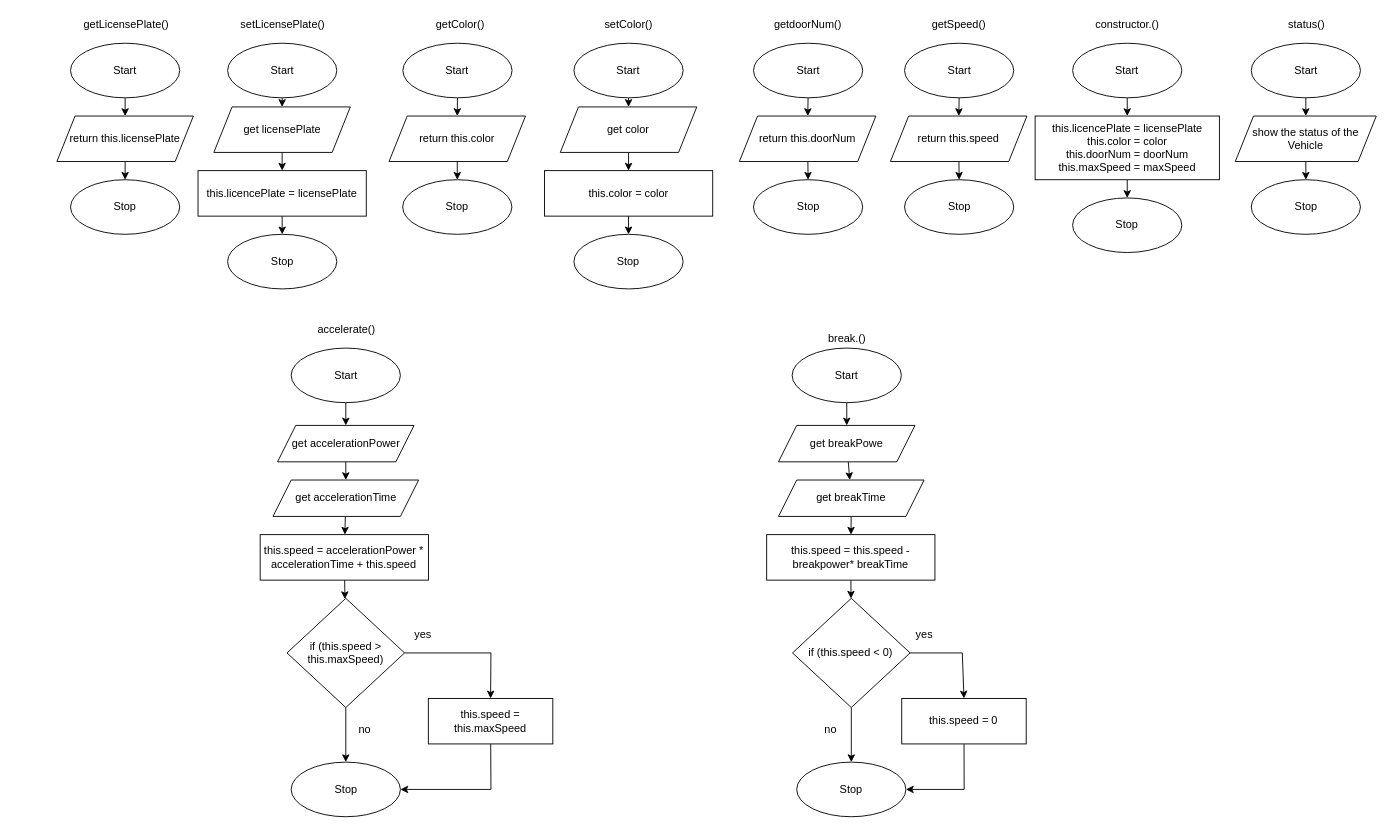
The draw.io diagram Drawio/Flowchart1.drawio in JacksonNaufal/ics4u-unit2-06-typescript, before the edit. Source tidied: cells renumbered, new cells numbered last; positions are measured from the earlier drawing's top-left corner, leaving out a move shared by most shapes. Both pictures are drawn from the tidied source at 91%, with x=0, y=0 at pixel (56, 15).
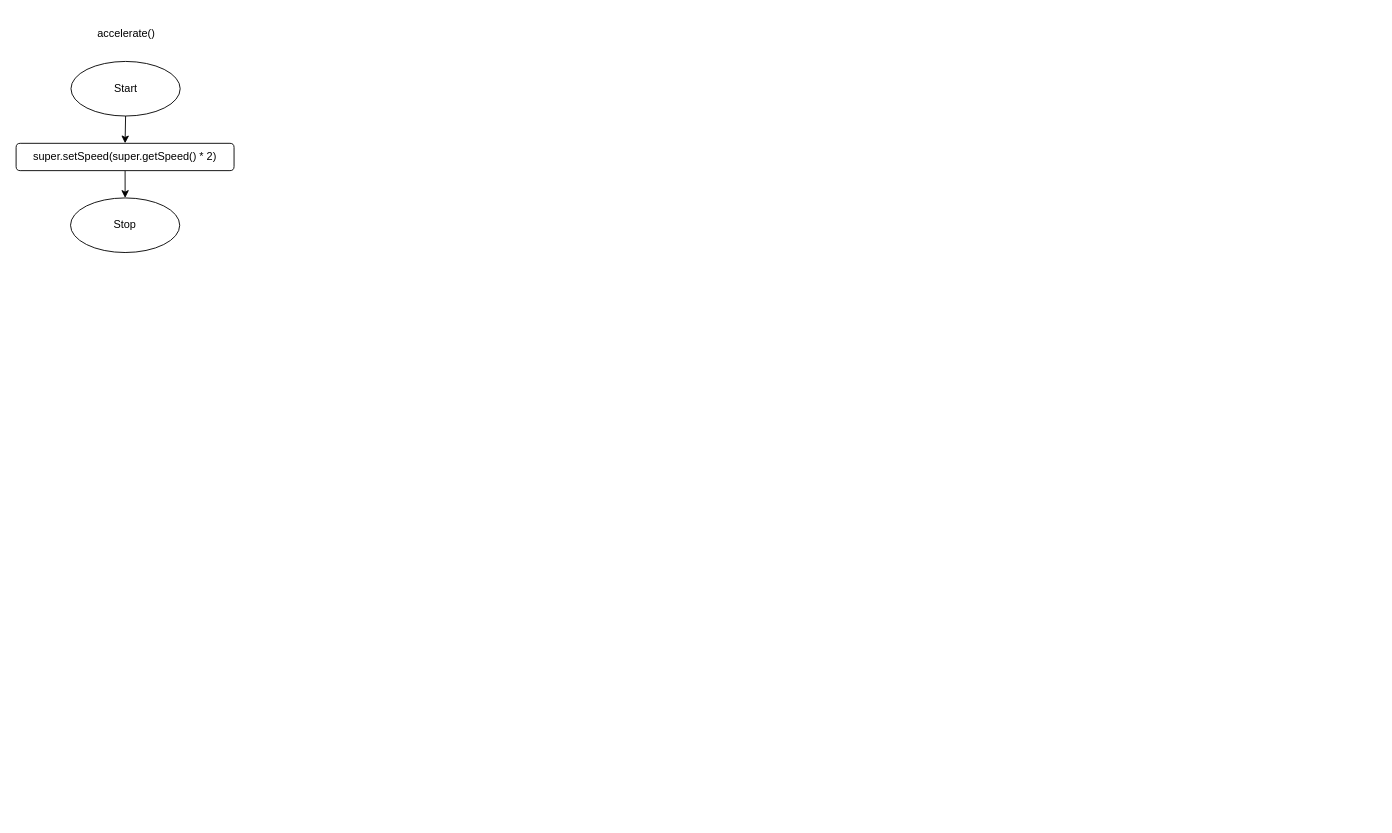
Above is the later version.

The edit, as a diff of the source:
```diff
@@
-    <mxCell id="2" style="edgeStyle=none;html=1;entryX=0.5;entryY=0;entryDx=0;entryDy=0;" parent="1" edge="1" source="3" target="5">
-      <mxGeometry relative="1" as="geometry" />
-    </mxCell>
+    <mxCell id="90" style="edgeStyle=none;html=1;entryX=0.5;entryY=0;entryDx=0;entryDy=0;" parent="1" edge="1" source="3" target="92">
+      <mxGeometry relative="1" as="geometry" />
+    </mxCell>
     <mxCell id="3" value="Start" style="ellipse;whiteSpace=wrap;html=1;" parent="1" vertex="1">
-      <mxGeometry x="15" y="30" width="120" height="60" as="geometry" />
+      <mxGeometry x="15.5" y="50" width="120" height="60" as="geometry" />
     </mxCell>
-    <mxCell id="4" style="edgeStyle=none;html=1;" parent="1" edge="1" source="5" target="6">
-      <mxGeometry relative="1" as="geometry" />
-    </mxCell>
-    <mxCell id="5" value="return this.licensePlate" style="shape=parallelogram;perimeter=parallelogramPerimeter;whiteSpace=wrap;html=1;fixedSize=1;" parent="1" vertex="1">
-      <mxGeometry y="110" width="150" height="50" as="geometry" />
-    </mxCell>
     <mxCell id="6" value="Stop" style="ellipse;whiteSpace=wrap;html=1;" parent="1" vertex="1">
-      <mxGeometry x="15" y="180" width="120" height="60" as="geometry" />
+      <mxGeometry x="15" y="200" width="120" height="60" as="geometry" />
     </mxCell>
-    <mxCell id="7" value="getLicensePlate()" style="text;html=1;align=center;verticalAlign=middle;strokeColor=none;fillColor=none;" parent="1" vertex="1">
-      <mxGeometry x="20.5" width="110" height="20" as="geometry" />
+    <mxCell id="7" value="accelerate()" style="text;html=1;align=center;verticalAlign=middle;strokeColor=none;fillColor=none;" parent="1" vertex="1">
+      <mxGeometry x="35.5" y="10" width="80" height="20" as="geometry" />
     </mxCell>
-    <mxCell id="8" style="edgeStyle=none;html=1;entryX=0.5;entryY=0;entryDx=0;entryDy=0;" parent="1" edge="1" source="9" target="58">
-      <mxGeometry relative="1" as="geometry" />
-    </mxCell>
-    <mxCell id="9" value="Start" style="ellipse;whiteSpace=wrap;html=1;" parent="1" vertex="1">
-      <mxGeometry x="187.6" y="30" width="120" height="60" as="geometry" />
-    </mxCell>
-    <mxCell id="10" value="setLicensePlate()" style="text;html=1;align=center;verticalAlign=middle;strokeColor=none;fillColor=none;" parent="1" vertex="1">
-      <mxGeometry x="192.5" width="110" height="20" as="geometry" />
-    </mxCell>
-    <mxCell id="11" style="edgeStyle=none;html=1;" parent="1" edge="1" source="12" target="54">
-      <mxGeometry relative="1" as="geometry" />
-    </mxCell>
-    <mxCell id="12" value="Start" style="ellipse;whiteSpace=wrap;html=1;" parent="1" vertex="1">
-      <mxGeometry x="765.5" y="30" width="120" height="60" as="geometry" />
-    </mxCell>
-    <mxCell id="13" style="edgeStyle=none;html=1;exitX=0.5;exitY=0;exitDx=0;exitDy=0;" parent="1" edge="1" source="14">
-      <mxGeometry relative="1" as="geometry">
-        <mxPoint x="825" y="190" as="targetPoint" />
-      </mxGeometry>
-    </mxCell>
-    <mxCell id="14" value="Stop" style="ellipse;whiteSpace=wrap;html=1;" parent="1" vertex="1">
-      <mxGeometry x="765.5" y="180" width="120" height="60" as="geometry" />
-    </mxCell>
-    <mxCell id="15" value="getdoorNum()" style="text;html=1;align=center;verticalAlign=middle;strokeColor=none;fillColor=none;" parent="1" vertex="1">
-      <mxGeometry x="780" width="90" height="20" as="geometry" />
-    </mxCell>
-    <mxCell id="16" style="edgeStyle=none;html=1;entryX=0.5;entryY=0;entryDx=0;entryDy=0;" parent="1" edge="1" source="17" target="45">
-      <mxGeometry relative="1" as="geometry" />
-    </mxCell>
-    <mxCell id="17" value="Start" style="ellipse;whiteSpace=wrap;html=1;" parent="1" vertex="1">
-      <mxGeometry x="380.2" y="30" width="120" height="60" as="geometry" />
-    </mxCell>
-    <mxCell id="18" value="getColor()" style="text;html=1;align=center;verticalAlign=middle;strokeColor=none;fillColor=none;" parent="1" vertex="1">
-      <mxGeometry x="408.2" width="70" height="20" as="geometry" />
-    </mxCell>
-    <mxCell id="19" style="edgeStyle=none;html=1;" parent="1" edge="1" source="20" target="22">
-      <mxGeometry relative="1" as="geometry" />
-    </mxCell>
-    <mxCell id="20" value="Start" style="ellipse;whiteSpace=wrap;html=1;" parent="1" vertex="1">
-      <mxGeometry x="1312.5" y="30" width="120" height="60" as="geometry" />
-    </mxCell>
-    <mxCell id="21" style="edgeStyle=none;html=1;" parent="1" edge="1" source="22" target="23">
-      <mxGeometry relative="1" as="geometry" />
-    </mxCell>
-    <mxCell id="22" value="show the status of the Vehicle" style="shape=parallelogram;perimeter=parallelogramPerimeter;whiteSpace=wrap;html=1;fixedSize=1;" parent="1" vertex="1">
-      <mxGeometry x="1295" y="110" width="154.9" height="50" as="geometry" />
-    </mxCell>
-    <mxCell id="23" value="Stop" style="ellipse;whiteSpace=wrap;html=1;" parent="1" vertex="1">
-      <mxGeometry x="1312.5" y="180" width="120" height="60" as="geometry" />
-    </mxCell>
-    <mxCell id="24" value="status()" style="text;html=1;align=center;verticalAlign=middle;strokeColor=none;fillColor=none;" parent="1" vertex="1">
-      <mxGeometry x="1342.5" width="60" height="20" as="geometry" />
-    </mxCell>
-    <mxCell id="25" style="edgeStyle=none;html=1;" parent="1" edge="1" source="26" target="28">
-      <mxGeometry relative="1" as="geometry" />
-    </mxCell>
-    <mxCell id="26" value="Start" style="ellipse;whiteSpace=wrap;html=1;" parent="1" vertex="1">
-      <mxGeometry x="257.5" y="365" width="120" height="60" as="geometry" />
-    </mxCell>
-    <mxCell id="27" style="edgeStyle=none;html=1;" parent="1" edge="1" source="28" target="67">
-      <mxGeometry relative="1" as="geometry" />
-    </mxCell>
-    <mxCell id="28" value="get accelerationPower" style="shape=parallelogram;perimeter=parallelogramPerimeter;whiteSpace=wrap;html=1;fixedSize=1;" parent="1" vertex="1">
-      <mxGeometry x="242.5" y="450" width="150" height="40" as="geometry" />
-    </mxCell>
-    <mxCell id="29" value="Stop" style="ellipse;whiteSpace=wrap;html=1;" parent="1" vertex="1">
-      <mxGeometry x="257.5" y="820" width="120" height="60" as="geometry" />
-    </mxCell>
-    <mxCell id="30" value="accelerate()" style="text;html=1;align=center;verticalAlign=middle;strokeColor=none;fillColor=none;" parent="1" vertex="1">
-      <mxGeometry x="277.5" y="335" width="80" height="20" as="geometry" />
-    </mxCell>
-    <mxCell id="31" style="edgeStyle=none;html=1;" parent="1" edge="1" source="32" target="71">
-      <mxGeometry relative="1" as="geometry" />
-    </mxCell>
-    <mxCell id="32" value="Start" style="ellipse;whiteSpace=wrap;html=1;" parent="1" vertex="1">
-      <mxGeometry x="808" y="365" width="120" height="60" as="geometry" />
-    </mxCell>
-    <mxCell id="33" value="Stop" style="ellipse;whiteSpace=wrap;html=1;" parent="1" vertex="1">
-      <mxGeometry x="813" y="820" width="120" height="60" as="geometry" />
-    </mxCell>
-    <mxCell id="34" value="break.()" style="text;html=1;align=center;verticalAlign=middle;strokeColor=none;fillColor=none;" parent="1" vertex="1">
-      <mxGeometry x="838" y="345" width="60" height="20" as="geometry" />
-    </mxCell>
-    <mxCell id="35" style="edgeStyle=none;html=1;" parent="1" edge="1" source="36" target="40">
-      <mxGeometry relative="1" as="geometry" />
-    </mxCell>
-    <mxCell id="36" value="Start" style="ellipse;whiteSpace=wrap;html=1;" parent="1" vertex="1">
-      <mxGeometry x="1116.2" y="30" width="120" height="60" as="geometry" />
-    </mxCell>
-    <mxCell id="37" value="Stop" style="ellipse;whiteSpace=wrap;html=1;" parent="1" vertex="1">
-      <mxGeometry x="1116.2" y="200" width="120" height="60" as="geometry" />
-    </mxCell>
-    <mxCell id="38" value="constructor.()" style="text;html=1;align=center;verticalAlign=middle;strokeColor=none;fillColor=none;" parent="1" vertex="1">
-      <mxGeometry x="1131.2" width="90" height="20" as="geometry" />
-    </mxCell>
-    <mxCell id="39" style="edgeStyle=none;html=1;" parent="1" edge="1" source="40" target="37">
-      <mxGeometry relative="1" as="geometry" />
-    </mxCell>
-    <mxCell id="40" value="this.licencePlate = licensePlate&lt;br&gt;this.color = color&lt;br&gt;this.doorNum = doorNum&lt;br&gt;this.maxSpeed = maxSpeed" style="whiteSpace=wrap;html=1;" parent="1" vertex="1">
-      <mxGeometry x="1075" y="110" width="202.5" height="70" as="geometry" />
-    </mxCell>
-    <mxCell id="41" style="edgeStyle=none;html=1;entryX=0.5;entryY=0;entryDx=0;entryDy=0;" parent="1" edge="1" source="42" target="43">
-      <mxGeometry relative="1" as="geometry" />
-    </mxCell>
-    <mxCell id="42" value="this.licencePlate = licensePlate" style="whiteSpace=wrap;html=1;" parent="1" vertex="1">
-      <mxGeometry x="155.1" y="170" width="184.9" height="50" as="geometry" />
-    </mxCell>
-    <mxCell id="43" value="Stop" style="ellipse;whiteSpace=wrap;html=1;" parent="1" vertex="1">
-      <mxGeometry x="187.6" y="240" width="120" height="60" as="geometry" />
-    </mxCell>
-    <mxCell id="44" style="edgeStyle=none;html=1;entryX=0.5;entryY=0;entryDx=0;entryDy=0;" parent="1" edge="1" source="45" target="46">
-      <mxGeometry relative="1" as="geometry" />
-    </mxCell>
-    <mxCell id="45" value="return this.color" style="shape=parallelogram;perimeter=parallelogramPerimeter;whiteSpace=wrap;html=1;fixedSize=1;" parent="1" vertex="1">
-      <mxGeometry x="365" y="110" width="150" height="50" as="geometry" />
-    </mxCell>
-    <mxCell id="46" value="Stop" style="ellipse;whiteSpace=wrap;html=1;" parent="1" vertex="1">
-      <mxGeometry x="380" y="180" width="120" height="60" as="geometry" />
-    </mxCell>
-    <mxCell id="47" style="edgeStyle=none;html=1;" parent="1" edge="1" source="48" target="56">
-      <mxGeometry relative="1" as="geometry" />
-    </mxCell>
-    <mxCell id="48" value="Start" style="ellipse;whiteSpace=wrap;html=1;" parent="1" vertex="1">
-      <mxGeometry x="568.2" y="30" width="120" height="60" as="geometry" />
-    </mxCell>
-    <mxCell id="49" value="setColor()" style="text;html=1;align=center;verticalAlign=middle;strokeColor=none;fillColor=none;" parent="1" vertex="1">
-      <mxGeometry x="593.2" width="70" height="20" as="geometry" />
-    </mxCell>
-    <mxCell id="50" value="Stop" style="ellipse;whiteSpace=wrap;html=1;" parent="1" vertex="1">
-      <mxGeometry x="568.2" y="240" width="120" height="60" as="geometry" />
-    </mxCell>
-    <mxCell id="51" style="edgeStyle=none;html=1;" parent="1" edge="1" source="52" target="50">
-      <mxGeometry relative="1" as="geometry" />
-    </mxCell>
-    <mxCell id="52" value="this.color = color" style="whiteSpace=wrap;html=1;" parent="1" vertex="1">
-      <mxGeometry x="535.8" y="170" width="184.9" height="50" as="geometry" />
-    </mxCell>
-    <mxCell id="53" style="edgeStyle=none;html=1;" parent="1" edge="1" source="54" target="14">
-      <mxGeometry relative="1" as="geometry" />
-    </mxCell>
-    <mxCell id="54" value="return this.doorNum" style="shape=parallelogram;perimeter=parallelogramPerimeter;whiteSpace=wrap;html=1;fixedSize=1;" parent="1" vertex="1">
-      <mxGeometry x="750" y="110" width="150" height="50" as="geometry" />
-    </mxCell>
-    <mxCell id="55" style="edgeStyle=none;html=1;" parent="1" edge="1" source="56" target="52">
-      <mxGeometry relative="1" as="geometry" />
-    </mxCell>
-    <mxCell id="56" value="get color" style="shape=parallelogram;perimeter=parallelogramPerimeter;whiteSpace=wrap;html=1;fixedSize=1;" parent="1" vertex="1">
-      <mxGeometry x="553.2" y="100" width="150" height="50" as="geometry" />
-    </mxCell>
-    <mxCell id="57" style="edgeStyle=none;html=1;entryX=0.5;entryY=0;entryDx=0;entryDy=0;" parent="1" edge="1" source="58" target="42">
-      <mxGeometry relative="1" as="geometry" />
-    </mxCell>
-    <mxCell id="58" value="get licensePlate" style="shape=parallelogram;perimeter=parallelogramPerimeter;whiteSpace=wrap;html=1;fixedSize=1;" parent="1" vertex="1">
-      <mxGeometry x="172.5" y="100" width="150" height="50" as="geometry" />
-    </mxCell>
-    <mxCell id="59" style="edgeStyle=none;html=1;" parent="1" edge="1" source="60" target="65">
-      <mxGeometry relative="1" as="geometry" />
-    </mxCell>
-    <mxCell id="60" value="Start" style="ellipse;whiteSpace=wrap;html=1;" parent="1" vertex="1">
-      <mxGeometry x="931.5" y="30" width="120" height="60" as="geometry" />
-    </mxCell>
-    <mxCell id="61" style="edgeStyle=none;html=1;exitX=0.5;exitY=0;exitDx=0;exitDy=0;" parent="1" edge="1" source="62">
-      <mxGeometry relative="1" as="geometry">
-        <mxPoint x="991" y="190" as="targetPoint" />
-      </mxGeometry>
-    </mxCell>
-    <mxCell id="62" value="Stop" style="ellipse;whiteSpace=wrap;html=1;" parent="1" vertex="1">
-      <mxGeometry x="931.5" y="180" width="120" height="60" as="geometry" />
-    </mxCell>
-    <mxCell id="63" value="getSpeed()" style="text;html=1;align=center;verticalAlign=middle;strokeColor=none;fillColor=none;" parent="1" vertex="1">
-      <mxGeometry x="956" width="70" height="20" as="geometry" />
-    </mxCell>
-    <mxCell id="64" style="edgeStyle=none;html=1;" parent="1" edge="1" source="65" target="62">
-      <mxGeometry relative="1" as="geometry" />
-    </mxCell>
-    <mxCell id="65" value="return this.speed" style="shape=parallelogram;perimeter=parallelogramPerimeter;whiteSpace=wrap;html=1;fixedSize=1;" parent="1" vertex="1">
-      <mxGeometry x="916" y="110" width="150" height="50" as="geometry" />
-    </mxCell>
-    <mxCell id="66" style="edgeStyle=none;html=1;" parent="1" edge="1" source="67" target="69">
-      <mxGeometry relative="1" as="geometry" />
-    </mxCell>
-    <mxCell id="67" value="get accelerationTime" style="shape=parallelogram;perimeter=parallelogramPerimeter;whiteSpace=wrap;html=1;fixedSize=1;" parent="1" vertex="1">
-      <mxGeometry x="237.5" y="510" width="160" height="40" as="geometry" />
-    </mxCell>
-    <mxCell id="68" style="edgeStyle=none;html=1;" parent="1" edge="1" source="69" target="78">
-      <mxGeometry relative="1" as="geometry" />
-    </mxCell>
-    <mxCell id="69" value="this.speed = accelerationPower * accelerationTime + this.speed" style="whiteSpace=wrap;html=1;" parent="1" vertex="1">
-      <mxGeometry x="223.4" y="570" width="184.9" height="50" as="geometry" />
-    </mxCell>
-    <mxCell id="70" style="edgeStyle=none;html=1;" parent="1" edge="1" source="71" target="73">
-      <mxGeometry relative="1" as="geometry" />
-    </mxCell>
-    <mxCell id="71" value="get breakPowe" style="shape=parallelogram;perimeter=parallelogramPerimeter;whiteSpace=wrap;html=1;fixedSize=1;" parent="1" vertex="1">
-      <mxGeometry x="793" y="450" width="150" height="40" as="geometry" />
-    </mxCell>
-    <mxCell id="72" style="edgeStyle=none;html=1;" parent="1" edge="1" source="73" target="75">
-      <mxGeometry relative="1" as="geometry" />
-    </mxCell>
-    <mxCell id="73" value="get breakTime" style="shape=parallelogram;perimeter=parallelogramPerimeter;whiteSpace=wrap;html=1;fixedSize=1;" parent="1" vertex="1">
-      <mxGeometry x="793" y="510" width="160" height="40" as="geometry" />
-    </mxCell>
-    <mxCell id="74" style="edgeStyle=none;rounded=0;html=1;" parent="1" edge="1" source="75" target="85">
-      <mxGeometry relative="1" as="geometry" />
-    </mxCell>
-    <mxCell id="75" value="this.speed = this.speed - breakpower* breakTime" style="whiteSpace=wrap;html=1;" parent="1" vertex="1">
-      <mxGeometry x="780" y="570" width="184.9" height="50" as="geometry" />
-    </mxCell>
-    <mxCell id="76" style="edgeStyle=none;html=1;entryX=0.5;entryY=0;entryDx=0;entryDy=0;" parent="1" edge="1" source="78" target="29">
-      <mxGeometry relative="1" as="geometry" />
-    </mxCell>
-    <mxCell id="77" style="edgeStyle=none;html=1;entryX=0.5;entryY=0;entryDx=0;entryDy=0;rounded=0;" parent="1" edge="1" source="78" target="80">
-      <mxGeometry relative="1" as="geometry">
-        <Array as="points">
-          <mxPoint x="477" y="700" />
-        </Array>
-      </mxGeometry>
-    </mxCell>
-    <mxCell id="78" value="if (this.speed &amp;gt; this.maxSpeed)" style="rhombus;whiteSpace=wrap;html=1;" parent="1" vertex="1">
-      <mxGeometry x="252.9" y="640" width="129.2" height="120" as="geometry" />
-    </mxCell>
-    <mxCell id="79" style="edgeStyle=none;html=1;entryX=1;entryY=0.5;entryDx=0;entryDy=0;rounded=0;" parent="1" edge="1" source="80" target="29">
-      <mxGeometry relative="1" as="geometry">
-        <Array as="points">
-          <mxPoint x="477" y="850" />
-        </Array>
-      </mxGeometry>
-    </mxCell>
-    <mxCell id="80" value="this.speed = this.maxSpeed" style="whiteSpace=wrap;html=1;" parent="1" vertex="1">
-      <mxGeometry x="408.2" y="750" width="136.8" height="50" as="geometry" />
-    </mxCell>
-    <mxCell id="81" value="yes" style="text;html=1;align=center;verticalAlign=middle;strokeColor=none;fillColor=none;" parent="1" vertex="1">
-      <mxGeometry x="387.1" y="670" width="30" height="20" as="geometry" />
-    </mxCell>
-    <mxCell id="82" value="no" style="text;html=1;align=center;verticalAlign=middle;strokeColor=none;fillColor=none;" parent="1" vertex="1">
-      <mxGeometry x="322.5" y="775" width="30" height="20" as="geometry" />
-    </mxCell>
-    <mxCell id="83" style="edgeStyle=none;rounded=0;html=1;entryX=0.5;entryY=0;entryDx=0;entryDy=0;" parent="1" edge="1" source="85" target="87">
-      <mxGeometry relative="1" as="geometry">
-        <Array as="points">
-          <mxPoint x="995" y="700" />
-        </Array>
-      </mxGeometry>
-    </mxCell>
-    <mxCell id="84" style="edgeStyle=none;rounded=0;html=1;" parent="1" edge="1" source="85" target="33">
-      <mxGeometry relative="1" as="geometry" />
-    </mxCell>
-    <mxCell id="85" value="if (this.speed &amp;lt; 0)" style="rhombus;whiteSpace=wrap;html=1;" parent="1" vertex="1">
-      <mxGeometry x="808.4" y="640" width="129.2" height="120" as="geometry" />
-    </mxCell>
-    <mxCell id="86" style="edgeStyle=none;rounded=0;html=1;entryX=1;entryY=0.5;entryDx=0;entryDy=0;" parent="1" edge="1" source="87" target="33">
-      <mxGeometry relative="1" as="geometry">
-        <Array as="points">
-          <mxPoint x="997" y="850" />
-        </Array>
-      </mxGeometry>
-    </mxCell>
-    <mxCell id="87" value="this.speed = 0" style="whiteSpace=wrap;html=1;" parent="1" vertex="1">
-      <mxGeometry x="928.4" y="750" width="136.8" height="50" as="geometry" />
-    </mxCell>
-    <mxCell id="88" value="yes" style="text;html=1;align=center;verticalAlign=middle;strokeColor=none;fillColor=none;" parent="1" vertex="1">
-      <mxGeometry x="937.6" y="670" width="30" height="20" as="geometry" />
-    </mxCell>
-    <mxCell id="89" value="no" style="text;html=1;align=center;verticalAlign=middle;strokeColor=none;fillColor=none;" parent="1" vertex="1">
-      <mxGeometry x="835" y="775" width="30" height="20" as="geometry" />
-    </mxCell>
+    <mxCell id="91" style="edgeStyle=none;html=1;entryX=0.5;entryY=0;entryDx=0;entryDy=0;" parent="1" edge="1" source="92" target="6">
+      <mxGeometry relative="1" as="geometry" />
+    </mxCell>
+    <mxCell id="92" value="super.setSpeed(super.getSpeed() * 2)" style="rounded=1;whiteSpace=wrap;html=1;" parent="1" vertex="1">
+      <mxGeometry x="-44.8" y="140" width="239.5" height="30" as="geometry" />
+    </mxCell>
```
